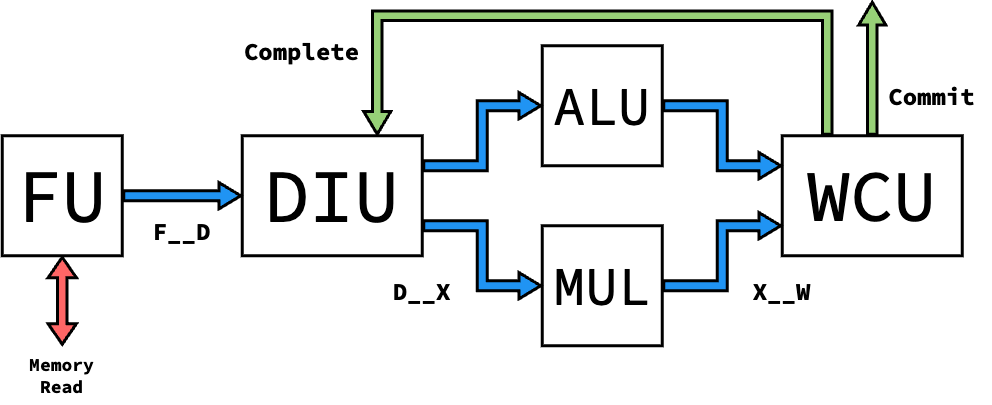
This is docs/impls/img/versions-v1.png from Emily-Y-Lan/blimp_c2s2, a draw.io export, as it was before one commit. Source tidied: cells renumbered, new cells last; positions are measured from the earlier drawing's top-left corner, leaving out a move shared by most shapes. The source it was exported from:
```xml
<mxGraphModel>
  <root>
    <mxCell id="0" />
    <mxCell id="1" parent="0" />
    <mxCell id="2" value="&lt;font style=&quot;font-size: 50px;&quot; face=&quot;Source Code Pro&quot;&gt;FU&lt;/font&gt;" style="rounded=0;whiteSpace=wrap;html=1;strokeWidth=2;" parent="1" vertex="1">
      <mxGeometry y="90" width="80" height="80" as="geometry" />
    </mxCell>
    <mxCell id="3" value="&lt;font style=&quot;font-size: 50px;&quot; face=&quot;Source Code Pro&quot;&gt;DIU&lt;/font&gt;" style="rounded=0;whiteSpace=wrap;html=1;strokeWidth=2;" parent="1" vertex="1">
      <mxGeometry x="160" y="90" width="120" height="80" as="geometry" />
    </mxCell>
    <mxCell id="4" value="&lt;font style=&quot;font-size: 36px;&quot; face=&quot;Source Code Pro&quot;&gt;ALU&lt;/font&gt;" style="rounded=0;whiteSpace=wrap;html=1;strokeWidth=2;fontSize=10;" parent="1" vertex="1">
      <mxGeometry x="360" y="30" width="80" height="80" as="geometry" />
    </mxCell>
    <mxCell id="5" value="&lt;span style=&quot;font-family: &amp;quot;Source Code Pro&amp;quot;;&quot;&gt;&lt;font style=&quot;font-size: 36px;&quot;&gt;MUL&lt;/font&gt;&lt;/span&gt;" style="rounded=0;whiteSpace=wrap;html=1;strokeWidth=2;" parent="1" vertex="1">
      <mxGeometry x="360" y="150" width="80" height="80" as="geometry" />
    </mxCell>
    <mxCell id="6" value="&lt;font style=&quot;font-size: 48px;&quot; face=&quot;Source Code Pro&quot;&gt;WCU&lt;/font&gt;" style="rounded=0;whiteSpace=wrap;html=1;strokeWidth=2;" parent="1" vertex="1">
      <mxGeometry x="520" y="90" width="120" height="80" as="geometry" />
    </mxCell>
    <mxCell id="7" style="shape=flexArrow;endArrow=block;html=1;rounded=0;strokeWidth=2;width=5.6375838926174495;endSize=4.14496644295302;endWidth=8.773478672131887;strokeColor=#000000;fillColor=#2094F3;exitX=1;exitY=0.75;exitDx=0;exitDy=0;entryX=0;entryY=0.75;entryDx=0;entryDy=0;startArrow=none;startSize=4.14496644295302;startWidth=8.773478672131887;startFill=0;" parent="1" edge="1">
      <mxGeometry relative="1" as="geometry">
        <mxPoint x="80" y="130" as="sourcePoint" />
        <mxPoint x="160" y="130" as="targetPoint" />
      </mxGeometry>
    </mxCell>
    <mxCell id="8" style="shape=flexArrow;endArrow=classic;html=1;rounded=0;strokeWidth=2;width=5.369127516778524;endSize=4.413422818791947;endWidth=9.749110400432413;strokeColor=#000000;fillColor=#97D077;entryX=0.75;entryY=0;entryDx=0;entryDy=0;exitX=0.25;exitY=0;exitDx=0;exitDy=0;" parent="1" edge="1" source="6" target="3">
      <mxGeometry relative="1" as="geometry">
        <Array as="points">
          <mxPoint x="550" y="10" />
          <mxPoint x="250" y="10" />
        </Array>
      </mxGeometry>
    </mxCell>
    <mxCell id="9" value="&lt;p style=&quot;line-height: 150%;&quot;&gt;&lt;font size=&quot;1&quot; face=&quot;Source Code Pro&quot;&gt;&lt;b style=&quot;font-size: 16px;&quot;&gt;F__D&lt;/b&gt;&lt;/font&gt;&lt;/p&gt;" style="text;html=1;align=center;verticalAlign=middle;whiteSpace=wrap;rounded=0;" parent="1" vertex="1">
      <mxGeometry x="80" y="140" width="80" height="30" as="geometry" />
    </mxCell>
    <mxCell id="10" value="&lt;p style=&quot;line-height: 150%;&quot;&gt;&lt;font size=&quot;1&quot; face=&quot;Source Code Pro&quot;&gt;&lt;b style=&quot;font-size: 16px;&quot;&gt;D__X&lt;/b&gt;&lt;/font&gt;&lt;/p&gt;" style="text;html=1;align=center;verticalAlign=middle;whiteSpace=wrap;rounded=0;" parent="1" vertex="1">
      <mxGeometry x="240" y="180" width="80" height="30" as="geometry" />
    </mxCell>
    <mxCell id="11" value="&lt;p style=&quot;line-height: 150%;&quot;&gt;&lt;font size=&quot;1&quot; face=&quot;Source Code Pro&quot;&gt;&lt;b style=&quot;font-size: 16px;&quot;&gt;X__W&lt;/b&gt;&lt;/font&gt;&lt;/p&gt;" style="text;html=1;align=center;verticalAlign=middle;whiteSpace=wrap;rounded=0;" parent="1" vertex="1">
      <mxGeometry x="480" y="180" width="80" height="30" as="geometry" />
    </mxCell>
    <mxCell id="12" value="&lt;p style=&quot;line-height: 150%;&quot;&gt;&lt;font face=&quot;Source Code Pro&quot; size=&quot;1&quot;&gt;&lt;b style=&quot;font-size: 16px;&quot;&gt;Complete&lt;/b&gt;&lt;/font&gt;&lt;/p&gt;" style="text;html=1;align=center;verticalAlign=middle;whiteSpace=wrap;rounded=0;" parent="1" vertex="1">
      <mxGeometry x="160" y="20" width="80" height="30" as="geometry" />
    </mxCell>
    <mxCell id="13" style="shape=flexArrow;endArrow=classic;startArrow=classic;html=1;rounded=0;entryX=0.5;entryY=1;entryDx=0;entryDy=0;width=5.466666666666667;endSize=3.8666666666666667;endWidth=10.337777777777777;startWidth=10.337777777777777;startSize=3.8666666666666667;strokeColor=#000000;fillColor=#FF6666;strokeWidth=2;" parent="1" edge="1" target="2">
      <mxGeometry relative="1" as="geometry">
        <mxPoint x="40" y="230" as="sourcePoint" />
      </mxGeometry>
    </mxCell>
    <mxCell id="14" value="&lt;font face=&quot;Source Code Pro&quot;&gt;&lt;b&gt;Memory Read&lt;/b&gt;&lt;/font&gt;" style="text;html=1;align=center;verticalAlign=middle;whiteSpace=wrap;rounded=0;" parent="1" vertex="1">
      <mxGeometry x="10" y="230" width="60" height="40" as="geometry" />
    </mxCell>
    <mxCell id="15" style="shape=flexArrow;endArrow=block;html=1;rounded=0;strokeWidth=2;width=5.6375838926174495;endSize=4.14496644295302;endWidth=8.773478672131887;strokeColor=#000000;fillColor=#2094F3;exitX=1;exitY=0.75;exitDx=0;exitDy=0;entryX=0;entryY=0.5;entryDx=0;entryDy=0;startArrow=none;startSize=4.14496644295302;startWidth=8.773478672131887;startFill=0;" parent="1" edge="1" source="3" target="5">
      <mxGeometry relative="1" as="geometry">
        <Array as="points">
          <mxPoint x="320" y="150" />
          <mxPoint x="320" y="190" />
        </Array>
      </mxGeometry>
    </mxCell>
    <mxCell id="16" style="shape=flexArrow;endArrow=block;html=1;rounded=0;strokeWidth=2;width=5.6375838926174495;endSize=4.14496644295302;endWidth=8.773478672131887;strokeColor=#000000;fillColor=#2094F3;exitX=1;exitY=0.25;exitDx=0;exitDy=0;entryX=0;entryY=0.5;entryDx=0;entryDy=0;startArrow=none;startSize=4.14496644295302;startWidth=8.773478672131887;startFill=0;" parent="1" edge="1" source="3" target="4">
      <mxGeometry relative="1" as="geometry">
        <Array as="points">
          <mxPoint x="320" y="110" />
          <mxPoint x="320" y="70" />
        </Array>
      </mxGeometry>
    </mxCell>
    <mxCell id="17" style="shape=flexArrow;endArrow=block;html=1;rounded=0;strokeWidth=2;width=5.6375838926174495;endSize=4.14496644295302;endWidth=8.773478672131887;strokeColor=#000000;fillColor=#2094F3;exitX=1;exitY=0.5;exitDx=0;exitDy=0;entryX=0;entryY=0.25;entryDx=0;entryDy=0;startArrow=none;startSize=4.14496644295302;startWidth=8.773478672131887;startFill=0;" parent="1" edge="1" source="4" target="6">
      <mxGeometry relative="1" as="geometry">
        <Array as="points">
          <mxPoint x="480" y="70" />
          <mxPoint x="480" y="110" />
        </Array>
      </mxGeometry>
    </mxCell>
    <mxCell id="18" style="shape=flexArrow;endArrow=block;html=1;rounded=0;strokeWidth=2;width=5.6375838926174495;endSize=4.14496644295302;endWidth=8.773478672131887;strokeColor=#000000;fillColor=#2094F3;exitX=1;exitY=0.5;exitDx=0;exitDy=0;entryX=0;entryY=0.75;entryDx=0;entryDy=0;startArrow=none;startSize=4.14496644295302;startWidth=8.773478672131887;startFill=0;" parent="1" edge="1" source="5" target="6">
      <mxGeometry relative="1" as="geometry">
        <Array as="points">
          <mxPoint x="480" y="190" />
          <mxPoint x="480" y="150" />
        </Array>
      </mxGeometry>
    </mxCell>
    <mxCell id="19" style="shape=flexArrow;endArrow=classic;html=1;rounded=0;strokeWidth=2;width=5.369127516778524;endSize=4.413422818791947;endWidth=9.749110400432413;strokeColor=#000000;fillColor=#97D077;exitX=0.5;exitY=0;exitDx=0;exitDy=0;" parent="1" edge="1" source="6">
      <mxGeometry relative="1" as="geometry">
        <mxPoint x="580" as="targetPoint" />
      </mxGeometry>
    </mxCell>
    <mxCell id="20" value="&lt;p style=&quot;line-height: 150%;&quot;&gt;&lt;font face=&quot;Source Code Pro&quot; size=&quot;1&quot;&gt;&lt;b style=&quot;font-size: 16px;&quot;&gt;Commit&lt;/b&gt;&lt;/font&gt;&lt;/p&gt;" style="text;html=1;align=center;verticalAlign=middle;whiteSpace=wrap;rounded=0;" parent="1" vertex="1">
      <mxGeometry x="580" y="50" width="80" height="30" as="geometry" />
    </mxCell>
  </root>
</mxGraphModel>
```
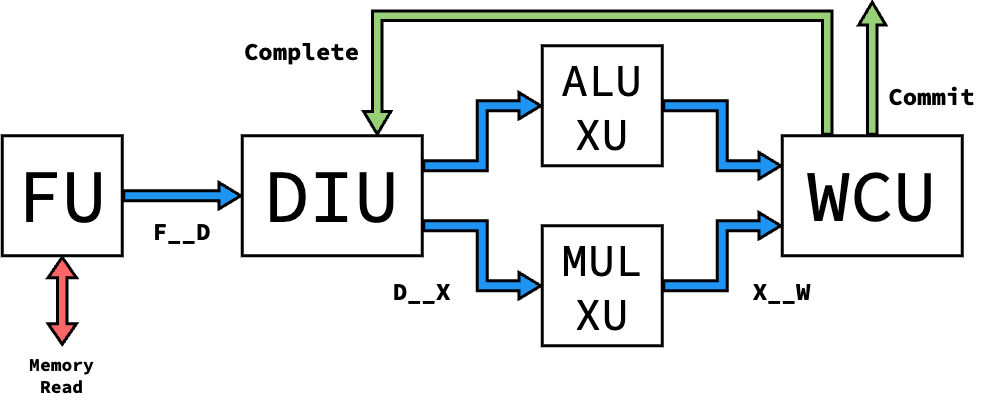
Above is the later version.

Commit message:
Clarify diagram

The edit, as a diff of the source:
```diff
@@ -8,10 +8,10 @@
     <mxCell id="3" value="&lt;font style=&quot;font-size: 50px;&quot; face=&quot;Source Code Pro&quot;&gt;DIU&lt;/font&gt;" style="rounded=0;whiteSpace=wrap;html=1;strokeWidth=2;" parent="1" vertex="1">
       <mxGeometry x="160" y="90" width="120" height="80" as="geometry" />
     </mxCell>
-    <mxCell id="4" value="&lt;font style=&quot;font-size: 36px;&quot; face=&quot;Source Code Pro&quot;&gt;ALU&lt;/font&gt;" style="rounded=0;whiteSpace=wrap;html=1;strokeWidth=2;fontSize=10;" parent="1" vertex="1">
+    <mxCell id="4" value="&lt;font style=&quot;font-size: 30px;&quot; face=&quot;Source Code Pro&quot;&gt;ALU&lt;/font&gt;&lt;div&gt;&lt;font style=&quot;font-size: 30px;&quot; face=&quot;Source Code Pro&quot;&gt;XU&lt;/font&gt;&lt;/div&gt;" style="rounded=0;whiteSpace=wrap;html=1;strokeWidth=2;fontSize=10;" parent="1" vertex="1">
       <mxGeometry x="360" y="30" width="80" height="80" as="geometry" />
     </mxCell>
-    <mxCell id="5" value="&lt;span style=&quot;font-family: &amp;quot;Source Code Pro&amp;quot;;&quot;&gt;&lt;font style=&quot;font-size: 36px;&quot;&gt;MUL&lt;/font&gt;&lt;/span&gt;" style="rounded=0;whiteSpace=wrap;html=1;strokeWidth=2;" parent="1" vertex="1">
+    <mxCell id="5" value="&lt;span style=&quot;font-family: &amp;quot;Source Code Pro&amp;quot;;&quot;&gt;&lt;font style=&quot;font-size: 30px;&quot;&gt;MUL&lt;/font&gt;&lt;/span&gt;&lt;div&gt;&lt;span style=&quot;font-family: &amp;quot;Source Code Pro&amp;quot;;&quot;&gt;&lt;font style=&quot;font-size: 30px;&quot;&gt;XU&lt;/font&gt;&lt;/span&gt;&lt;/div&gt;" style="rounded=0;whiteSpace=wrap;html=1;strokeWidth=2;" parent="1" vertex="1">
       <mxGeometry x="360" y="150" width="80" height="80" as="geometry" />
     </mxCell>
     <mxCell id="6" value="&lt;font style=&quot;font-size: 48px;&quot; face=&quot;Source Code Pro&quot;&gt;WCU&lt;/font&gt;" style="rounded=0;whiteSpace=wrap;html=1;strokeWidth=2;" parent="1" vertex="1">
```
